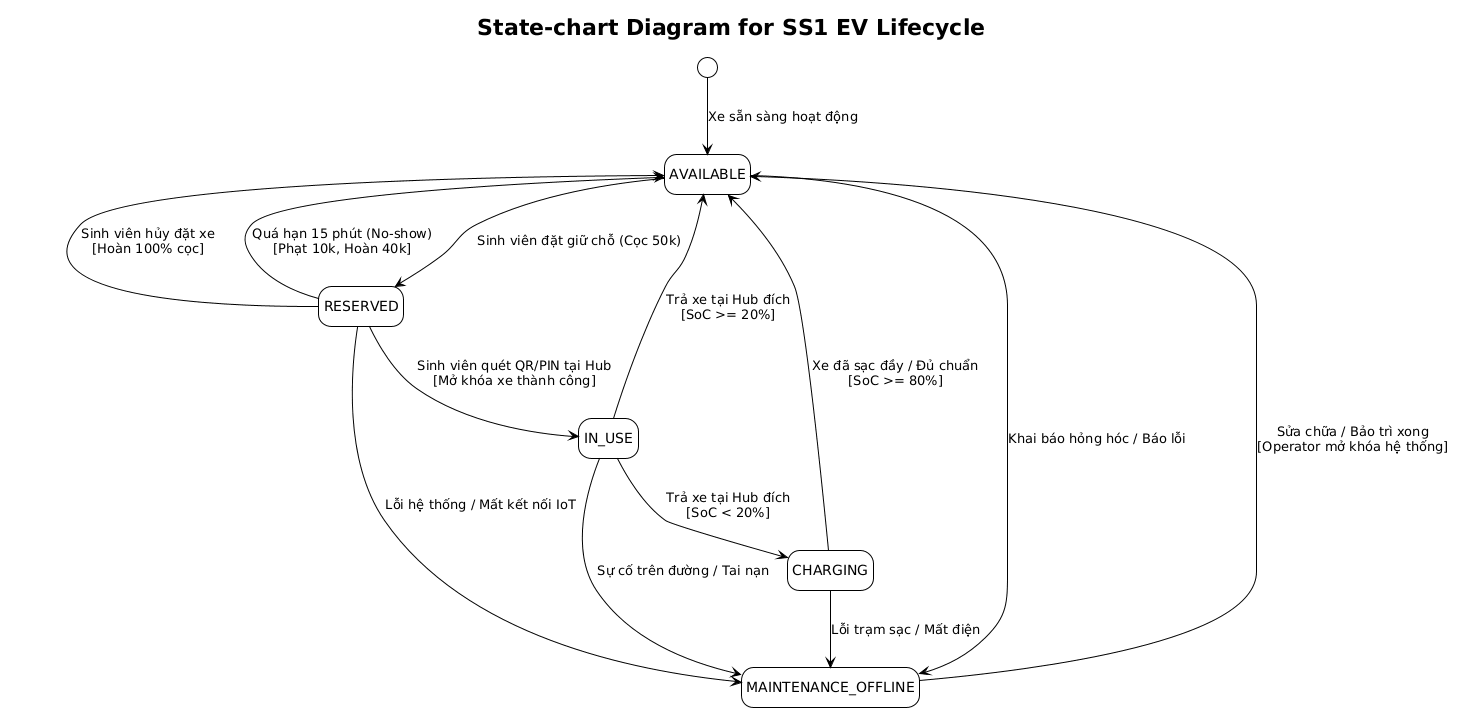
Above: docs/diagrams/Use-case detail-scenario/SS1/State-chart diagrams/UC_SS1_NguyenThanhDat_statechart.png in Dat-nguyen195/BTL_1_CNPM (PlantUML), before the change.
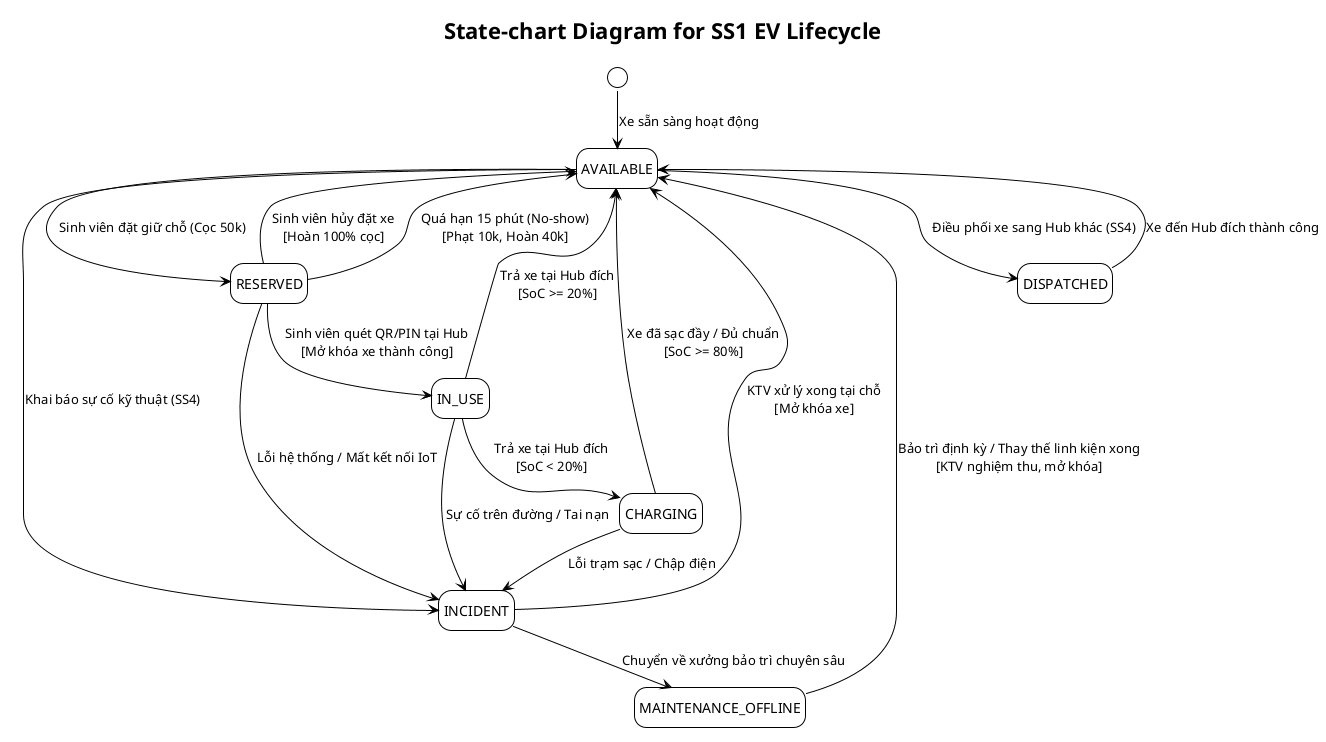
The same file after the commit.

The edit, as a diff of the source:
```diff
@@ -1,4 +1,5 @@
-@startuml
+@startuml UC_SS1_NguyenThanhDat_statechart
+!pragma layout smetana
 !theme plain
 hide empty description
 
@@ -10,6 +11,8 @@
 state RESERVED
 state IN_USE
 state CHARGING
+state DISPATCHED
+state INCIDENT
 state MAINTENANCE_OFFLINE
 
 AVAILABLE --> RESERVED : Sinh viên đặt giữ chỗ (Cọc 50k)
@@ -21,10 +24,16 @@
 IN_USE --> CHARGING : Trả xe tại Hub đích\n[SoC < 20%]
 CHARGING --> AVAILABLE : Xe đã sạc đầy / Đủ chuẩn\n[SoC >= 80%]
 
-AVAILABLE --> MAINTENANCE_OFFLINE : Khai báo hỏng hóc / Báo lỗi
-RESERVED --> MAINTENANCE_OFFLINE : Lỗi hệ thống / Mất kết nối IoT
-IN_USE --> MAINTENANCE_OFFLINE : Sự cố trên đường / Tai nạn
-CHARGING --> MAINTENANCE_OFFLINE : Lỗi trạm sạc / Mất điện
+AVAILABLE --> DISPATCHED : Điều phối xe sang Hub khác (SS4)
+DISPATCHED --> AVAILABLE : Xe đến Hub đích thành công
 
-MAINTENANCE_OFFLINE --> AVAILABLE : Sửa chữa / Bảo trì xong\n[Operator mở khóa hệ thống]
+AVAILABLE --> INCIDENT : Khai báo sự cố kỹ thuật (SS4)
+RESERVED --> INCIDENT : Lỗi hệ thống / Mất kết nối IoT
+IN_USE --> INCIDENT : Sự cố trên đường / Tai nạn
+CHARGING --> INCIDENT : Lỗi trạm sạc / Chập điện
+
+INCIDENT --> MAINTENANCE_OFFLINE : Chuyển về xưởng bảo trì chuyên sâu
+INCIDENT --> AVAILABLE : KTV xử lý xong tại chỗ\n[Mở khóa xe]
+MAINTENANCE_OFFLINE --> AVAILABLE : Bảo trì định kỳ / Thay thế linh kiện xong\n[KTV nghiệm thu, mở khóa]
+
 @enduml
```
